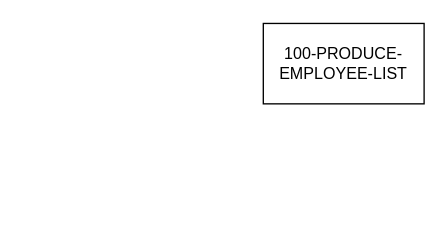
The draw.io diagram Assignment1 - charts.drawio in Wild-Things/Cobol-Flowcharts-a1, before the edit. Source tidied: cells renumbered, new cells numbered last; positions are measured from the earlier drawing's top-left corner, leaving out a move shared by most shapes. Both pictures are drawn from the tidied source at 134%, with x=0, y=0 at pixel (263, 23).
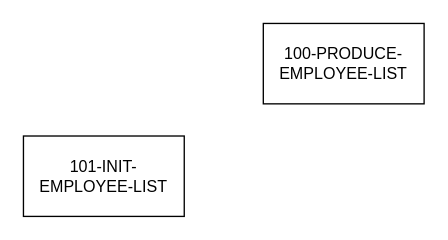
After the change.

Change to the diagram source:
```diff
@@
 <mxGraphModel>
   <root>
     <mxCell id="0" />
     <mxCell id="1" parent="0" />
     <mxCell id="2" value="&lt;div&gt;100-PRODUCE-EMPLOYEE-LIST&lt;/div&gt;" style="rounded=0;whiteSpace=wrap;html=1;" parent="1" vertex="1">
       <mxGeometry width="120" height="60" as="geometry" />
     </mxCell>
+    <mxCell id="3" value="&lt;div&gt;101-INIT-EMPLOYEE-LIST&lt;/div&gt;" style="rounded=0;whiteSpace=wrap;html=1;" parent="1" vertex="1">
+      <mxGeometry x="-179" y="84" width="120" height="60" as="geometry" />
+    </mxCell>
   </root>
 </mxGraphModel>
```
